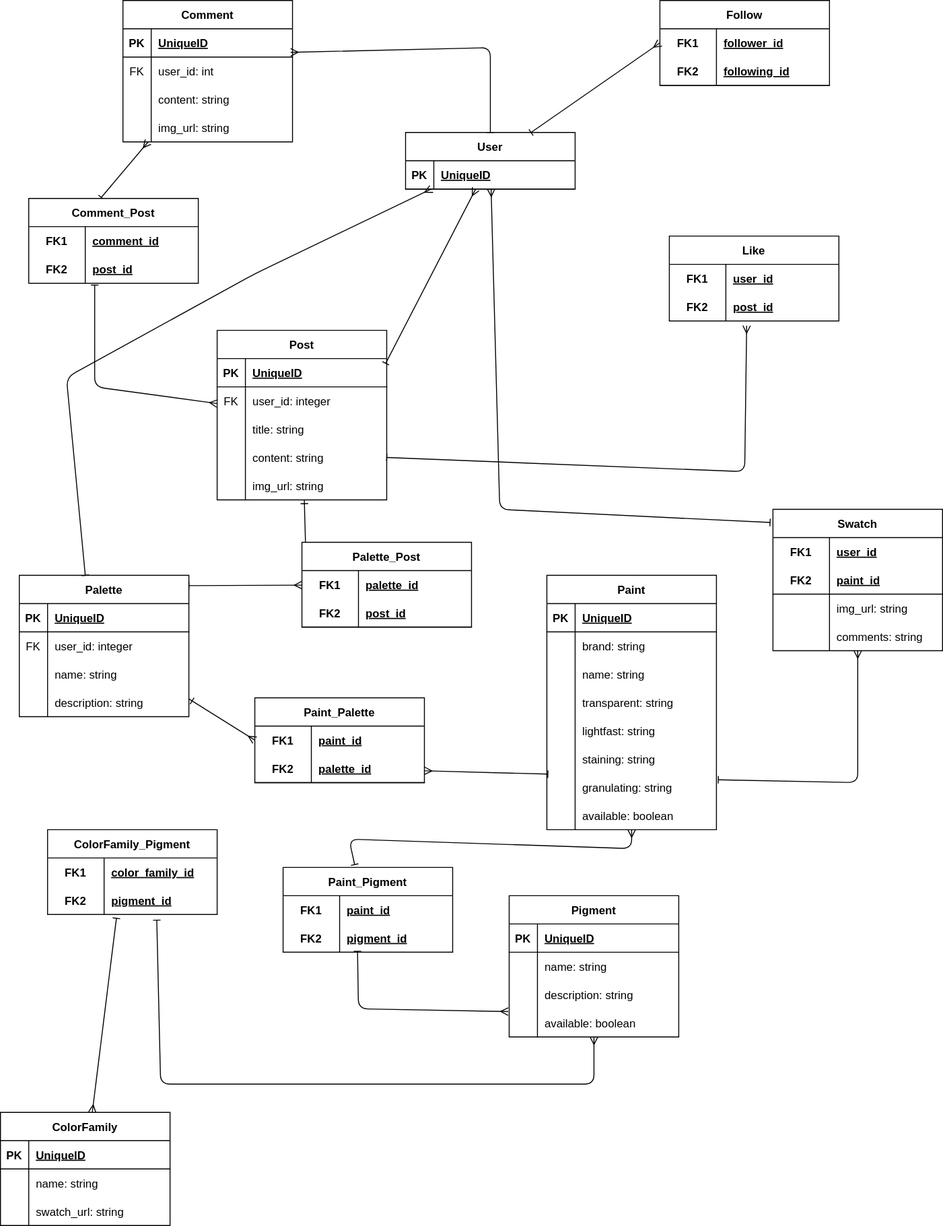
LeelooMina/pigment-api keeps this draw.io diagram as pigments.drawio.svg. Above is the earlier version. Source tidied: cells renumbered, new cells last; positions are measured from the earlier drawing's top-left corner, leaving out a move shared by most shapes.
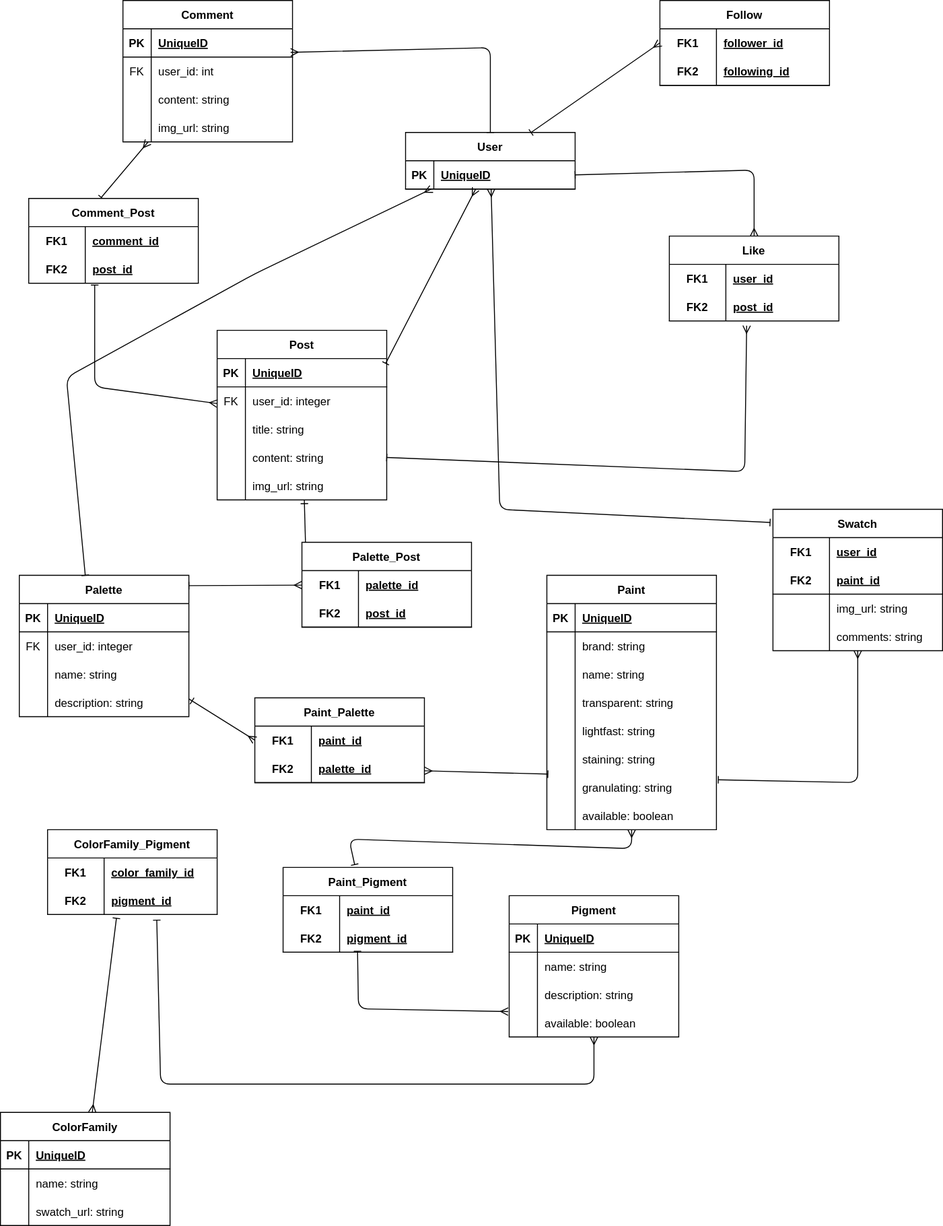
Above is the later version.

What changed in the source:
```diff
@@ -402,6 +402,13 @@
     <mxCell id="124" value="img_url: string" style="shape=partialRectangle;fillColor=none;top=0;left=0;bottom=0;right=0;align=left;spacingLeft=6;overflow=hidden;" parent="122" vertex="1">
       <mxGeometry x="30" width="150" height="30" as="geometry" />
     </mxCell>
+    <mxCell id="176" style="edgeStyle=none;html=1;entryX=1;entryY=0.5;entryDx=0;entryDy=0;startArrow=ERmany;startFill=0;endArrow=baseDash;endFill=0;" parent="1" edge="1" source="125" target="107">
+      <mxGeometry relative="1" as="geometry">
+        <Array as="points">
+          <mxPoint x="800" y="180" />
+        </Array>
+      </mxGeometry>
+    </mxCell>
     <mxCell id="125" value="Like" style="shape=table;startSize=30;rowLines=0;fontStyle=1;align=center;" parent="1" vertex="1">
       <mxGeometry x="710" y="250" width="180" height="90" as="geometry" />
     </mxCell>
```
